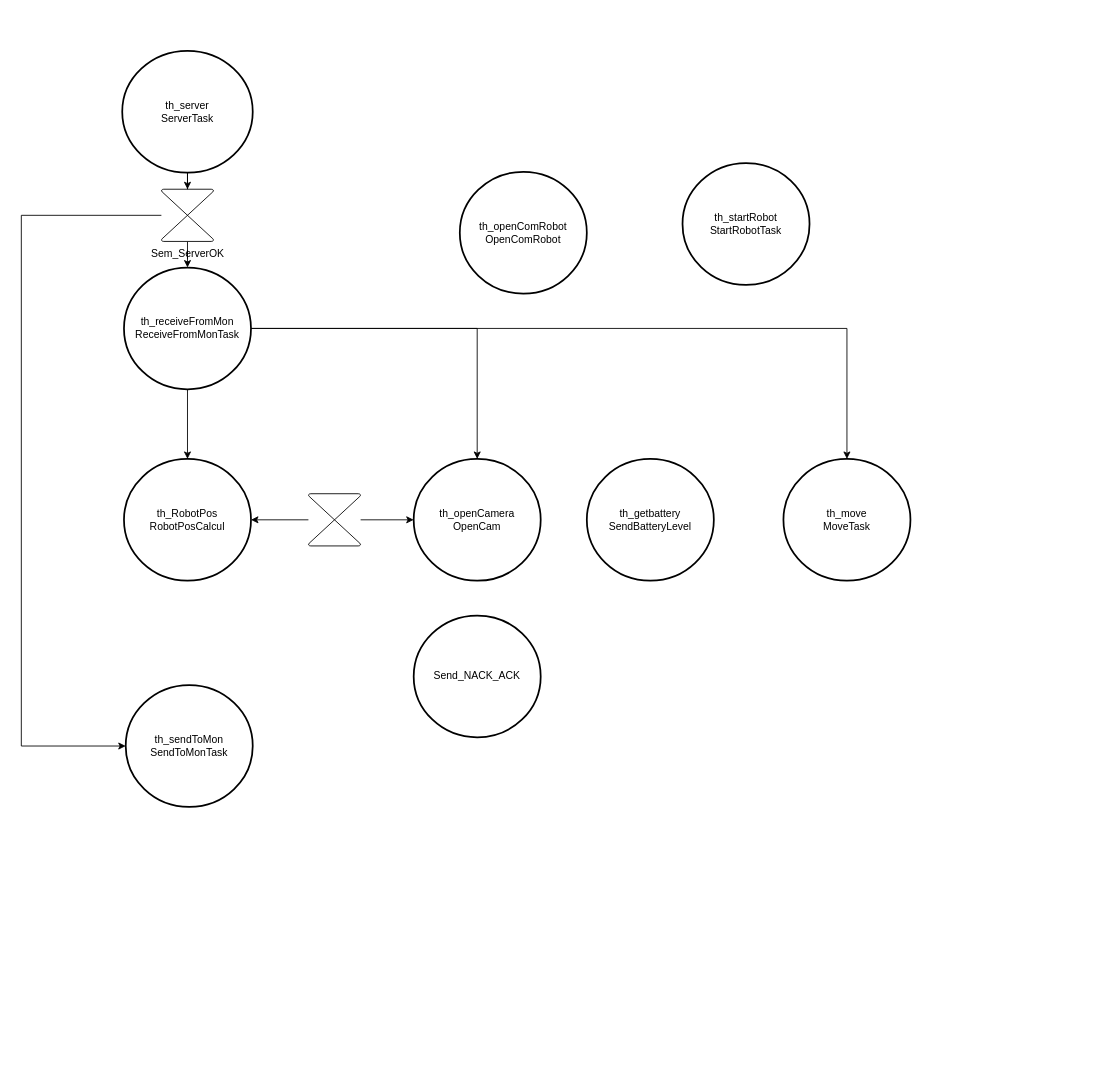
Before: Diagramme sans nom.drawio in Ruba008/BE_temps_reel, a draw.io diagram. Source tidied: cells renumbered, new cells numbered last; positions are measured from the earlier drawing's top-left corner, leaving out a move shared by most shapes. Both pictures are drawn from the tidied source at 87%, with x=0, y=0 at pixel (21, 50). Pictures stored in the file or linked from it are replaced by grey dashed boxes.
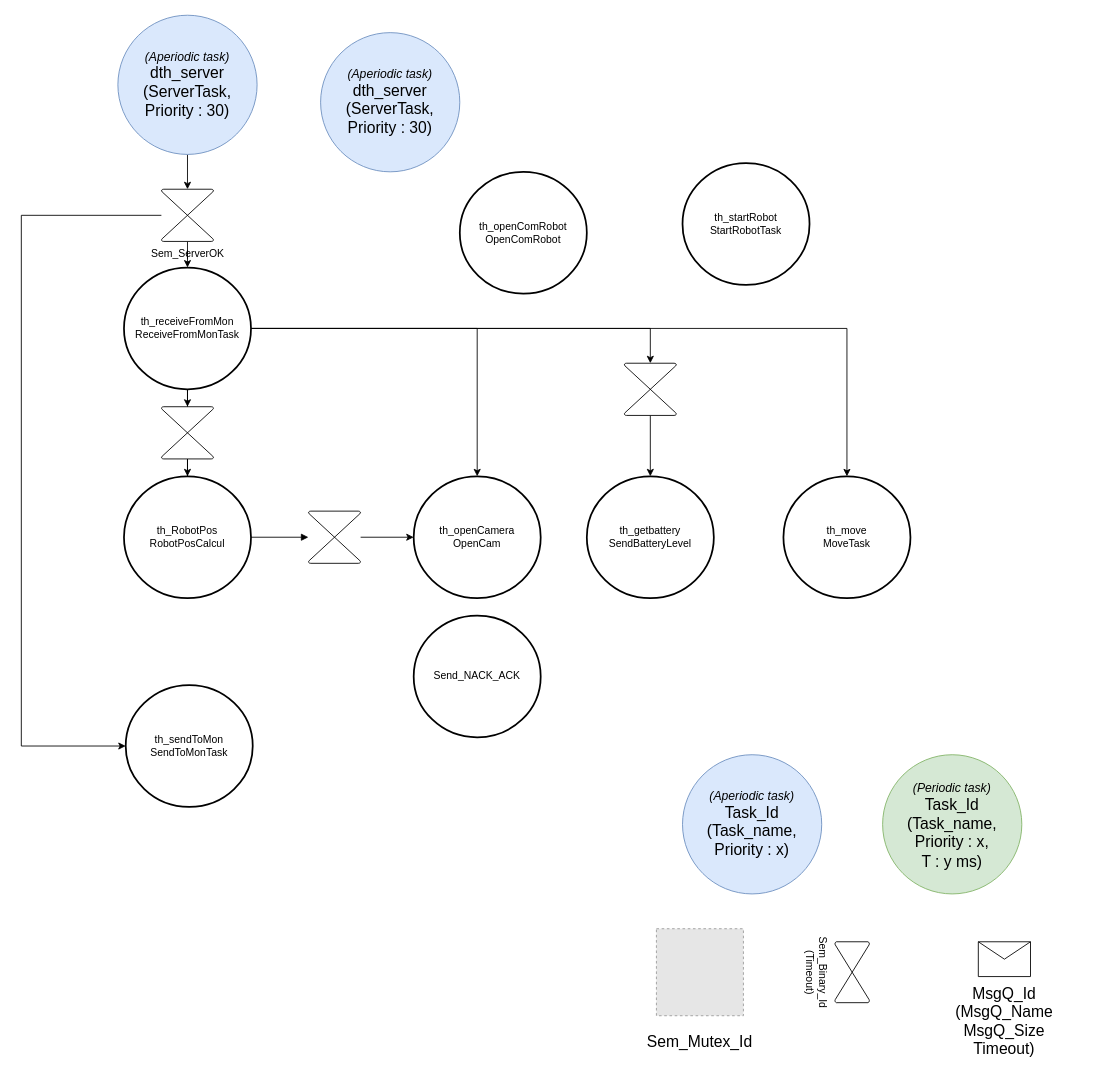
After the change.

Commit message:
Mettre à jour Diagramme sans nom.drawio

The change refers to these unchanged cells:
```xml
<mxCell id="4" value="th_receiveFromMon&lt;br&gt;&lt;div&gt;ReceiveFromMonTask&lt;/div&gt;" style="strokeWidth=2;html=1;shape=mxgraph.flowchart.start_2;whiteSpace=wrap;" parent="1" vertex="1">
  <mxGeometry x="118" y="249" width="146" height="140" as="geometry" />
</mxCell>
<mxCell id="21" value="&lt;div&gt;Sem_ServerOK&lt;/div&gt;" style="verticalLabelPosition=bottom;verticalAlign=top;html=1;shape=mxgraph.flowchart.collate;rotation=0;" parent="1" vertex="1">
  <mxGeometry x="161" y="159" width="60" height="60" as="geometry" />
</mxCell>
```

Change to the diagram source:
```diff
@@
-    <mxCell id="6" style="edgeStyle=orthogonalEdgeStyle;rounded=0;jettySize=auto;html=1;" parent="1" edge="1" source="7" target="21">
-      <mxGeometry relative="1" as="geometry" />
-    </mxCell>
-    <mxCell id="7" value="th_server&lt;br&gt;&lt;div&gt;ServerTask&lt;/div&gt;" style="strokeWidth=2;html=1;shape=mxgraph.flowchart.start_2;whiteSpace=wrap;" parent="1" vertex="1">
-      <mxGeometry x="116" width="150" height="140" as="geometry" />
-    </mxCell>
@@
     <mxCell id="9" value="&lt;div&gt;th_move&lt;br&gt;&lt;/div&gt;&lt;div&gt;MoveTask&lt;/div&gt;" style="strokeWidth=2;html=1;shape=mxgraph.flowchart.start_2;whiteSpace=wrap;" parent="1" vertex="1">
-      <mxGeometry x="876" y="469" width="146" height="140" as="geometry" />
+      <mxGeometry x="876" y="489" width="146" height="140" as="geometry" />
     </mxCell>
     <mxCell id="10" value="th_getbattery&lt;br&gt;&lt;div&gt;SendBatteryLevel&lt;/div&gt;" style="strokeWidth=2;html=1;shape=mxgraph.flowchart.start_2;whiteSpace=wrap;" parent="1" vertex="1">
-      <mxGeometry x="650" y="469" width="146" height="140" as="geometry" />
+      <mxGeometry x="650" y="489" width="146" height="140" as="geometry" />
     </mxCell>
     <mxCell id="11" value="th_openCamera&lt;br&gt;&lt;div&gt;OpenCam&lt;/div&gt;" style="strokeWidth=2;html=1;shape=mxgraph.flowchart.start_2;whiteSpace=wrap;" parent="1" vertex="1">
-      <mxGeometry x="451" y="469" width="146" height="140" as="geometry" />
+      <mxGeometry x="451" y="489" width="146" height="140" as="geometry" />
     </mxCell>
     <mxCell id="12" value="th_RobotPos&lt;br&gt;&lt;div&gt;RobotPosCalcul&lt;/div&gt;" style="strokeWidth=2;html=1;shape=mxgraph.flowchart.start_2;whiteSpace=wrap;" parent="1" vertex="1">
-      <mxGeometry x="118" y="469" width="146" height="140" as="geometry" />
+      <mxGeometry x="118" y="489" width="146" height="140" as="geometry" />
     </mxCell>
@@
-    <mxCell id="14" style="edgeStyle=orthogonalEdgeStyle;rounded=0;jettySize=auto;html=1;" parent="1" edge="1" source="15" target="12">
+    <mxCell id="14" style="edgeStyle=orthogonalEdgeStyle;rounded=0;jettySize=auto;html=1;startArrow=block;startFill=1;endArrow=none;" parent="1" edge="1" source="15" target="12">
       <mxGeometry relative="1" as="geometry" />
     </mxCell>
     <mxCell id="15" style="verticalLabelPosition=bottom;verticalAlign=top;html=1;shape=mxgraph.flowchart.collate;" parent="1" vertex="1">
-      <mxGeometry x="330" y="509" width="60" height="60" as="geometry" />
+      <mxGeometry x="330" y="529" width="60" height="60" as="geometry" />
     </mxCell>
@@
-    <mxCell id="17" style="edgeStyle=orthogonalEdgeStyle;rounded=0;jettySize=auto;html=1;entryX=0.5;entryY=0;entryDx=0;entryDy=0;entryPerimeter=0;" parent="1" edge="1" source="4" target="12">
-      <mxGeometry relative="1" as="geometry" />
-    </mxCell>
@@
+    <mxCell id="22" style="edgeStyle=orthogonalEdgeStyle;rounded=0;jettySize=auto;html=1;entryX=0.5;entryY=0;entryDx=0;entryDy=0;entryPerimeter=0;" parent="1" edge="1" source="24" target="10">
+      <mxGeometry relative="1" as="geometry" />
+    </mxCell>
+    <mxCell id="23" style="edgeStyle=orthogonalEdgeStyle;rounded=0;jettySize=auto;html=1;entryX=0.5;entryY=0;entryDx=0;entryDy=0;entryPerimeter=0;" parent="1" edge="1" source="4" target="24">
+      <mxGeometry relative="1" as="geometry" />
+    </mxCell>
+    <mxCell id="24" style="verticalLabelPosition=bottom;verticalAlign=top;html=1;shape=mxgraph.flowchart.collate;" parent="1" vertex="1">
+      <mxGeometry x="693" y="359" width="60" height="60" as="geometry" />
+    </mxCell>
+    <mxCell id="25" style="edgeStyle=orthogonalEdgeStyle;rounded=0;jettySize=auto;html=1;entryX=0.5;entryY=0;entryDx=0;entryDy=0;entryPerimeter=0;" parent="1" edge="1" source="4" target="27">
+      <mxGeometry relative="1" as="geometry" />
+    </mxCell>
+    <mxCell id="26" style="edgeStyle=orthogonalEdgeStyle;rounded=0;jettySize=auto;html=1;" parent="1" edge="1" source="27" target="12">
+      <mxGeometry relative="1" as="geometry" />
+    </mxCell>
+    <mxCell id="27" style="verticalLabelPosition=bottom;verticalAlign=top;html=1;shape=mxgraph.flowchart.collate;" parent="1" vertex="1">
+      <mxGeometry x="161" y="409" width="60" height="60" as="geometry" />
+    </mxCell>
+    <mxCell id="28" style="edgeStyle=orthogonalEdgeStyle;rounded=0;jettySize=auto;html=1;" parent="1" edge="1" source="29" target="21">
+      <mxGeometry relative="1" as="geometry" />
+    </mxCell>
+    <mxCell id="29" value="&lt;font&gt;&lt;i&gt;&lt;font style=&quot;font-size: 14px&quot;&gt;(Aperiodic task)&lt;br&gt;&lt;/font&gt;&lt;/i&gt;&lt;font style=&quot;font-size: 18px;&quot;&gt;d&lt;/font&gt;&lt;/font&gt;&lt;font style=&quot;font-size: 18px;&quot;&gt;th_server&lt;/font&gt;&lt;br&gt;&lt;font&gt;&lt;font size=&quot;4&quot;&gt;(ServerTask, Priority : 30)&lt;/font&gt;&lt;br&gt;&lt;/font&gt;" style="ellipse;whiteSpace=wrap;html=1;fillColor=#dae8fc;strokeColor=#6c8ebf;" parent="1" vertex="1">
+      <mxGeometry x="111" y="-41" width="160" height="160" as="geometry" />
+    </mxCell>
+    <mxCell id="30" value="&lt;font&gt;&lt;i&gt;&lt;font style=&quot;font-size: 14px&quot;&gt;(Aperiodic task)&lt;br&gt;&lt;/font&gt;&lt;/i&gt;&lt;font style=&quot;font-size: 18px;&quot;&gt;d&lt;/font&gt;&lt;/font&gt;&lt;font style=&quot;font-size: 18px;&quot;&gt;th_server&lt;/font&gt;&lt;br&gt;&lt;font&gt;&lt;font size=&quot;4&quot;&gt;(ServerTask, Priority : 30)&lt;/font&gt;&lt;br&gt;&lt;/font&gt;" style="ellipse;whiteSpace=wrap;html=1;fillColor=#dae8fc;strokeColor=#6c8ebf;" parent="1" vertex="1">
+      <mxGeometry x="344" y="-21" width="160" height="160" as="geometry" />
+    </mxCell>
+    <mxCell id="31" value="&lt;font style=&quot;font-size: 18px&quot;&gt;&lt;i style=&quot;font-size: 12px&quot;&gt;&lt;font style=&quot;font-size: 14px&quot;&gt;(Periodic task)&lt;br&gt;&lt;/font&gt;&lt;/i&gt;&lt;font size=&quot;4&quot;&gt;Task_Id&lt;/font&gt;&lt;br style=&quot;font-size: 12px&quot;&gt;&lt;font size=&quot;4&quot;&gt;(Task_name, Priority : x, &lt;br&gt;T : y ms)&lt;/font&gt;&lt;br&gt;&lt;/font&gt;" style="ellipse;whiteSpace=wrap;html=1;fillColor=#d5e8d4;strokeColor=#82b366;" parent="1" vertex="1">
+      <mxGeometry x="990" y="809" width="160" height="160" as="geometry" />
+    </mxCell>
+    <mxCell id="32" value="&lt;font&gt;&lt;i&gt;&lt;font style=&quot;font-size: 14px&quot;&gt;(Aperiodic task)&lt;br&gt;&lt;/font&gt;&lt;/i&gt;&lt;font size=&quot;4&quot;&gt;Task_Id&lt;/font&gt;&lt;br&gt;&lt;font size=&quot;4&quot;&gt;(Task_name, Priority : x)&lt;/font&gt;&lt;br&gt;&lt;/font&gt;" style="ellipse;whiteSpace=wrap;html=1;fillColor=#dae8fc;strokeColor=#6c8ebf;" parent="1" vertex="1">
+      <mxGeometry x="760" y="809" width="160" height="160" as="geometry" />
+    </mxCell>
+    <mxCell id="33" style="group;" parent="1" vertex="1">
+      <mxGeometry x="680" y="1009" width="200" height="140" as="geometry" />
+    </mxCell>
+    <mxCell id="34" style="fillColor=#E6E6E6;strokeColor=#999999;dashed=1;verticalLabelPosition=bottom;labelBackgroundColor=#ffffff;verticalAlign=top;" parent="33" vertex="1">
+      <mxGeometry x="50" width="100" height="100" as="geometry" />
+    </mxCell>
+    <mxCell id="35" value="&lt;font style=&quot;font-size: 18px&quot;&gt;Sem_Mutex_Id&lt;br&gt;&lt;/font&gt;" style="text;html=1;strokeColor=none;fillColor=none;align=center;verticalAlign=middle;whiteSpace=wrap;rounded=0;" parent="33" vertex="1">
+      <mxGeometry y="120" width="200" height="20" as="geometry" />
+    </mxCell>
+    <mxCell id="36" style="group;" parent="1" vertex="1">
+      <mxGeometry x="1030" y="1024" width="200" height="70" as="geometry" />
+    </mxCell>
+    <mxCell id="37" style="shape=message;html=1;whiteSpace=wrap;html=1;" parent="36" vertex="1">
+      <mxGeometry x="70" width="60" height="40" as="geometry" />
+    </mxCell>
+    <mxCell id="38" value="&lt;font style=&quot;font-size: 18px&quot;&gt;&lt;br&gt;&lt;br&gt;&lt;br&gt;MsgQ_Id&lt;br&gt;(MsgQ_Name&lt;br&gt;MsgQ_Size&lt;br&gt;Timeout)&lt;br&gt;&lt;/font&gt;" style="text;html=1;strokeColor=none;fillColor=none;align=center;verticalAlign=middle;whiteSpace=wrap;rounded=0;" parent="36" vertex="1">
+      <mxGeometry y="50" width="200" height="20" as="geometry" />
+    </mxCell>
+    <mxCell id="39" value="Sem_Binary_Id&lt;br&gt;(Timeout)" style="verticalLabelPosition=bottom;verticalAlign=top;html=1;shape=mxgraph.flowchart.collate;direction=south;rotation=90;" parent="1" vertex="1">
+      <mxGeometry x="920" y="1039" width="70" height="40" as="geometry" />
+    </mxCell>
```
